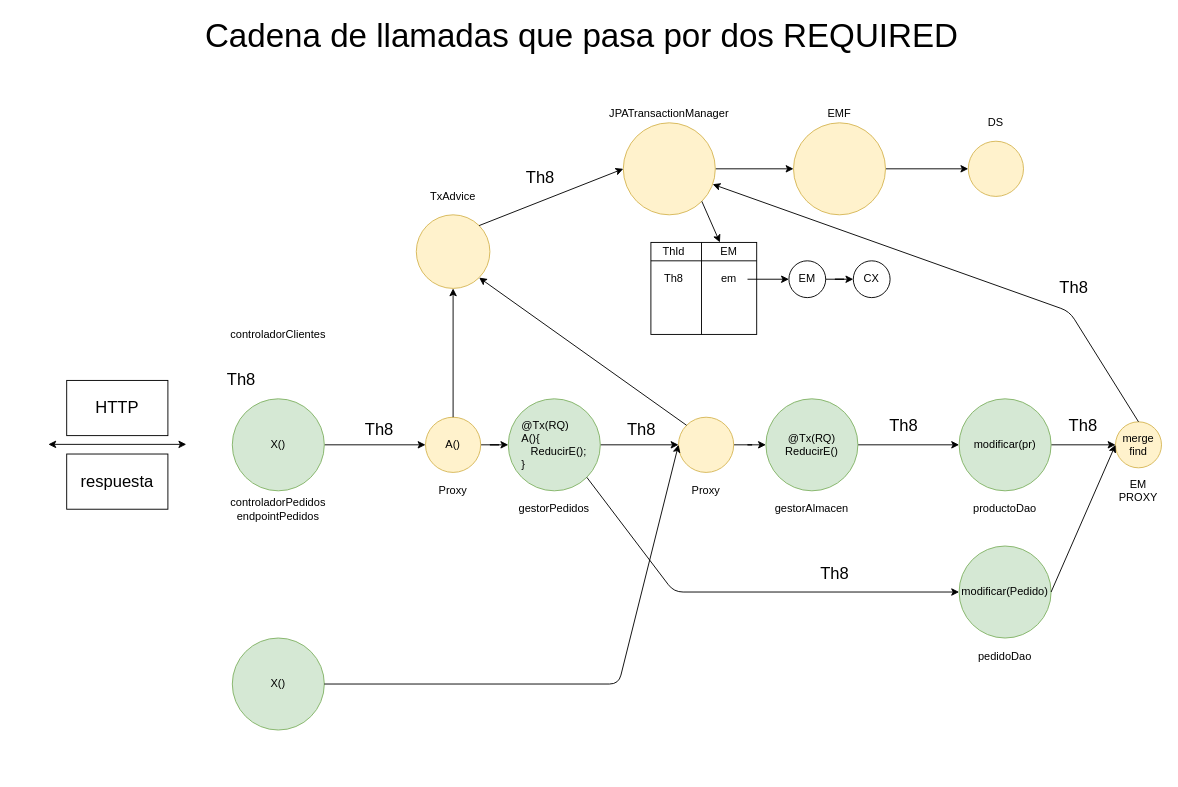
The draw.io diagram page "Página-22" (22 of 34) of ws_spring_2022.drawio in lrag/spring_2022, before the edit. Source tidied: cells renumbered, new cells numbered last; positions are measured from the earlier drawing's top-left corner, leaving out a move shared by most shapes. Both pictures are drawn from the tidied source at 92%, with x=0, y=0 at pixel (16, 21).
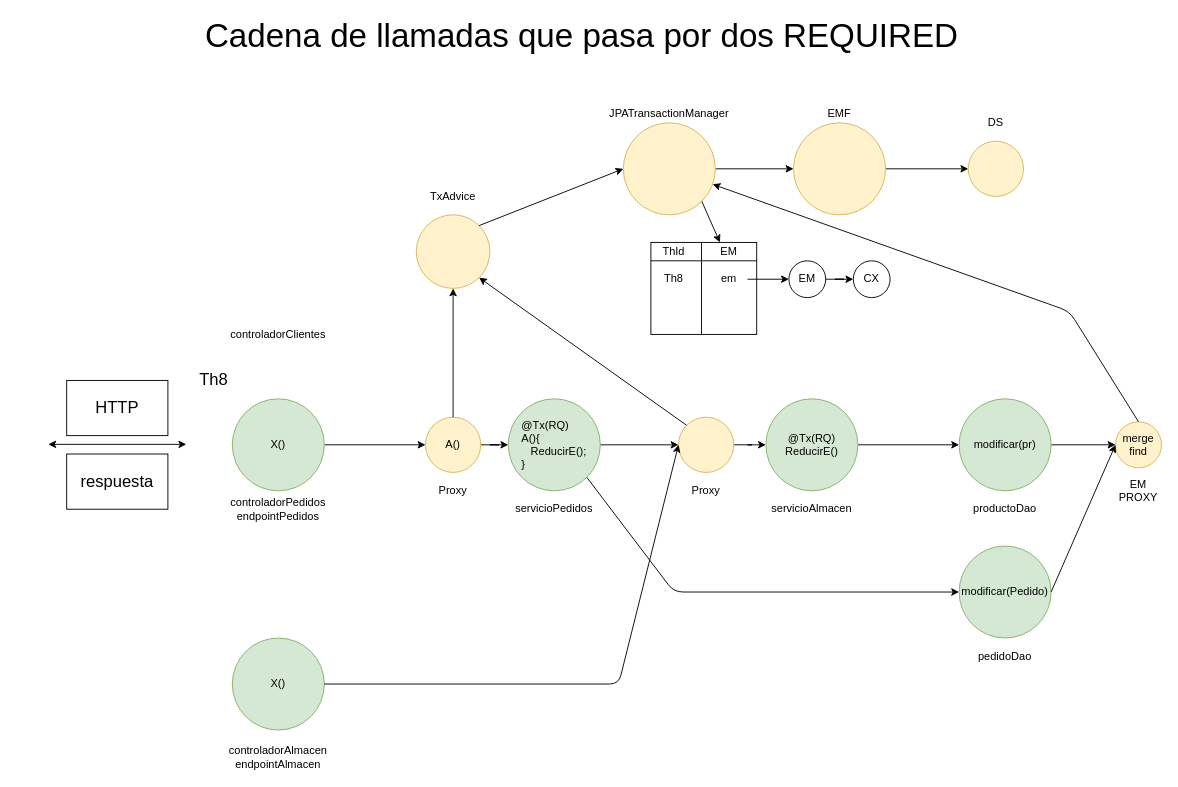
The same diagram, later.

Change to the diagram source:
```diff
@@
-    <mxCell id="12" value="gestorPedidos" style="text;html=1;strokeColor=none;fillColor=none;align=center;verticalAlign=middle;whiteSpace=wrap;rounded=0;" parent="1" vertex="1">
+    <mxCell id="12" value="servicioPedidos" style="text;html=1;strokeColor=none;fillColor=none;align=center;verticalAlign=middle;whiteSpace=wrap;rounded=0;" parent="1" vertex="1">
       <mxGeometry x="565" y="520" width="40" height="20" as="geometry" />
     </mxCell>
-    <mxCell id="13" value="gestorAlmacen" style="text;html=1;strokeColor=none;fillColor=none;align=center;verticalAlign=middle;whiteSpace=wrap;rounded=0;" parent="1" vertex="1">
+    <mxCell id="13" value="servicioAlmacen" style="text;html=1;strokeColor=none;fillColor=none;align=center;verticalAlign=middle;whiteSpace=wrap;rounded=0;" parent="1" vertex="1">
       <mxGeometry x="845" y="520" width="40" height="20" as="geometry" />
     </mxCell>
@@
-    <mxCell id="26" value="&lt;font style=&quot;font-size: 18px&quot;&gt;Th8&lt;/font&gt;" style="text;html=1;strokeColor=none;fillColor=none;align=center;verticalAlign=middle;whiteSpace=wrap;rounded=0;" parent="1" vertex="1">
-      <mxGeometry x="225" y="380" width="40" height="20" as="geometry" />
-    </mxCell>
-    <mxCell id="27" value="&lt;font style=&quot;font-size: 18px&quot;&gt;Th8&lt;/font&gt;" style="text;html=1;strokeColor=none;fillColor=none;align=center;verticalAlign=middle;whiteSpace=wrap;rounded=0;" parent="1" vertex="1">
-      <mxGeometry x="375" y="434" width="40" height="20" as="geometry" />
-    </mxCell>
@@
-    <mxCell id="54" value="&lt;font style=&quot;font-size: 18px&quot;&gt;Th8&lt;/font&gt;" style="text;html=1;strokeColor=none;fillColor=none;align=center;verticalAlign=middle;whiteSpace=wrap;rounded=0;" parent="1" vertex="1">
-      <mxGeometry x="660" y="434" width="40" height="20" as="geometry" />
-    </mxCell>
-    <mxCell id="55" value="&lt;font style=&quot;font-size: 18px&quot;&gt;Th8&lt;/font&gt;" style="text;html=1;strokeColor=none;fillColor=none;align=center;verticalAlign=middle;whiteSpace=wrap;rounded=0;" parent="1" vertex="1">
-      <mxGeometry x="945" y="430" width="40" height="20" as="geometry" />
-    </mxCell>
@@
-    <mxCell id="61" value="&lt;font style=&quot;font-size: 18px&quot;&gt;Th8&lt;/font&gt;" style="text;html=1;strokeColor=none;fillColor=none;align=center;verticalAlign=middle;whiteSpace=wrap;rounded=0;" parent="1" vertex="1">
-      <mxGeometry x="550" y="160" width="40" height="20" as="geometry" />
-    </mxCell>
-    <mxCell id="62" value="&lt;font style=&quot;font-size: 18px&quot;&gt;Th8&lt;/font&gt;" style="text;html=1;strokeColor=none;fillColor=none;align=center;verticalAlign=middle;whiteSpace=wrap;rounded=0;" parent="1" vertex="1">
-      <mxGeometry x="1140" y="430" width="40" height="20" as="geometry" />
-    </mxCell>
-    <mxCell id="63" value="&lt;font style=&quot;font-size: 18px&quot;&gt;Th8&lt;/font&gt;" style="text;html=1;strokeColor=none;fillColor=none;align=center;verticalAlign=middle;whiteSpace=wrap;rounded=0;" parent="1" vertex="1">
-      <mxGeometry x="1130" y="280" width="40" height="20" as="geometry" />
-    </mxCell>
-    <mxCell id="64" value="&lt;font style=&quot;font-size: 18px&quot;&gt;Th8&lt;/font&gt;" style="text;html=1;strokeColor=none;fillColor=none;align=center;verticalAlign=middle;whiteSpace=wrap;rounded=0;" parent="1" vertex="1">
-      <mxGeometry x="870" y="590" width="40" height="20" as="geometry" />
-    </mxCell>
+    <mxCell id="65" value="controladorAlmacen&lt;br&gt;endpointAlmacen" style="text;html=1;strokeColor=none;fillColor=none;align=center;verticalAlign=middle;whiteSpace=wrap;rounded=0;" parent="1" vertex="1">
+      <mxGeometry x="265" y="790" width="40" height="20" as="geometry" />
+    </mxCell>
+    <mxCell id="26" value="&lt;font style=&quot;font-size: 18px&quot;&gt;Th8&lt;/font&gt;" style="text;html=1;strokeColor=none;fillColor=none;align=center;verticalAlign=middle;whiteSpace=wrap;rounded=0;" parent="1" vertex="1">
+      <mxGeometry x="195" y="380" width="40" height="20" as="geometry" />
+    </mxCell>
```
